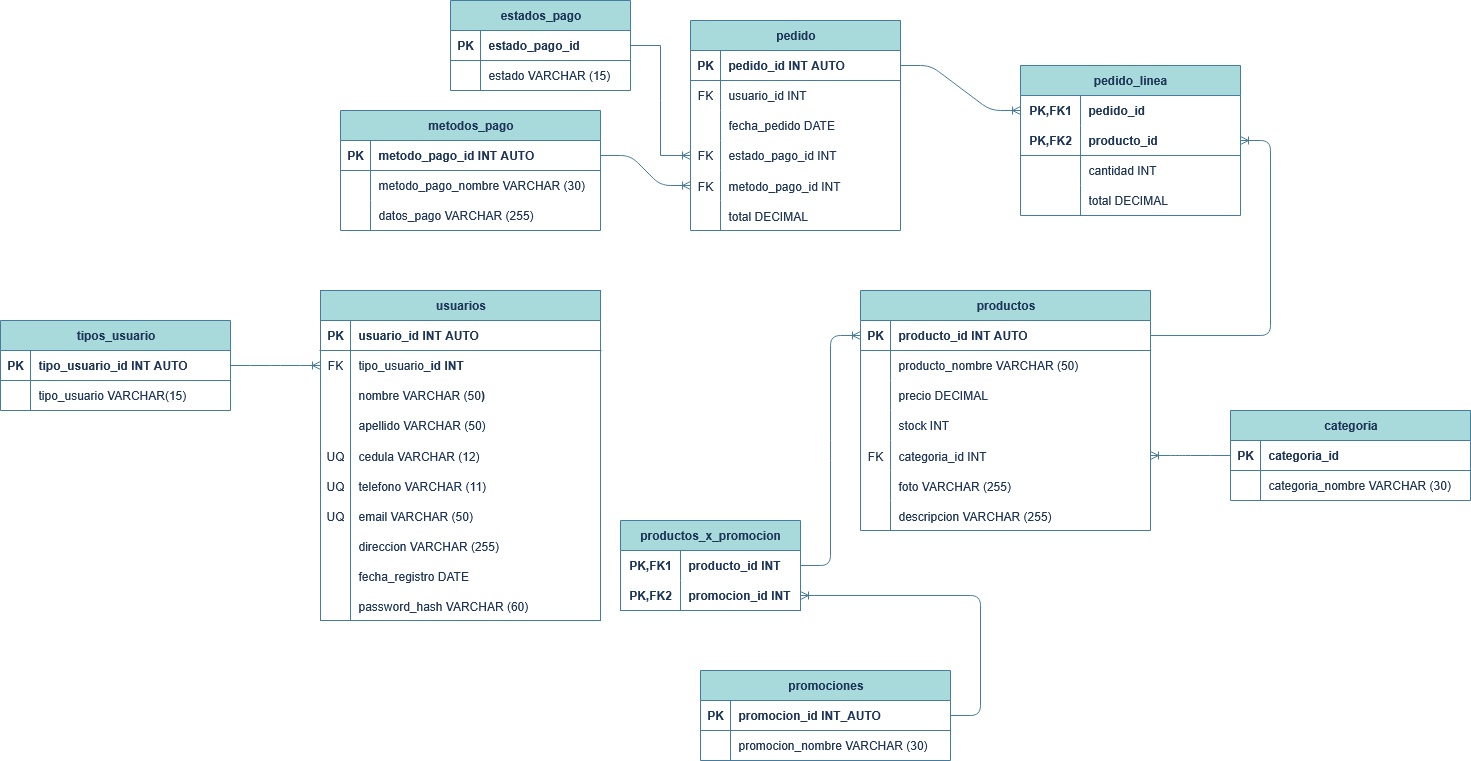
GarWox/adiemi keeps this draw.io diagram as database/Adiemi.png. Above is the earlier version. Source tidied: cells renumbered, new cells last; positions are measured from the earlier drawing's top-left corner, leaving out a move shared by most shapes.
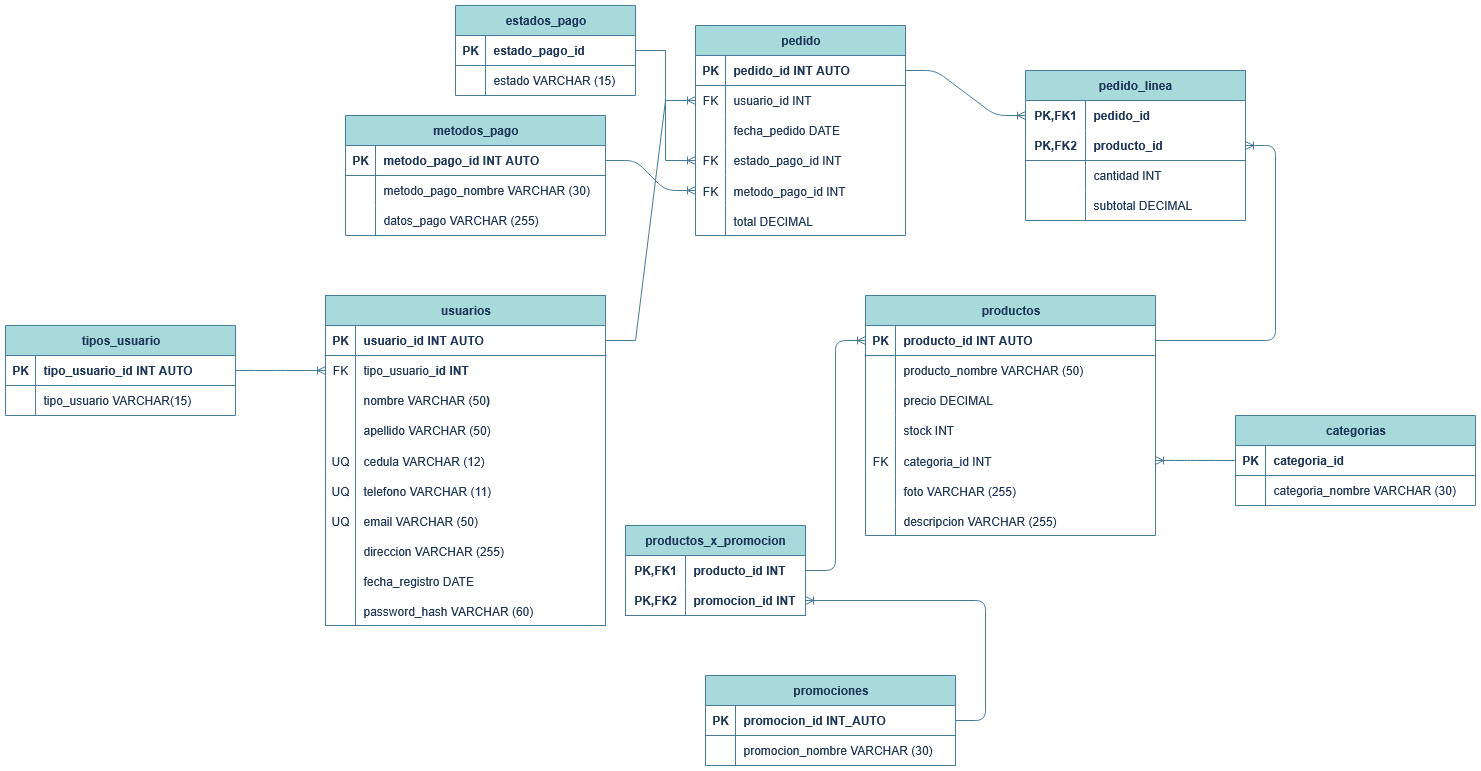
Later version of the same file.

What changed in the source:
```diff
@@ -324,7 +324,7 @@
     <mxCell id="106" value="descripcion VARCHAR (255)" style="shape=partialRectangle;fillColor=none;top=0;left=0;bottom=0;right=0;align=left;spacingLeft=6;overflow=hidden;fontStyle=0;labelBackgroundColor=none;strokeColor=#457B9D;fontColor=#1D3557;" parent="104" vertex="1">
       <mxGeometry x="30" width="260" height="30" as="geometry" />
     </mxCell>
-    <mxCell id="107" value="categoria" style="shape=table;startSize=30;rowLines=0;fontStyle=1;align=center;html=1;labelBackgroundColor=none;fillColor=#A8DADC;strokeColor=#457B9D;fontColor=#1D3557;" parent="1" vertex="1">
+    <mxCell id="107" value="categorias" style="shape=table;startSize=30;rowLines=0;fontStyle=1;align=center;html=1;labelBackgroundColor=none;fillColor=#A8DADC;strokeColor=#457B9D;fontColor=#1D3557;" parent="1" vertex="1">
       <mxGeometry x="1230" y="410" width="240" height="90" as="geometry" />
     </mxCell>
     <mxCell id="108" style="shape=tableRow;horizontal=0;startSize=0;swimlaneHead=0;swimlaneBody=0;fillColor=none;points=[[0,0.5],[1,0.5]];portConstraint=eastwest;top=0;left=0;right=0;bottom=1;fontStyle=0;labelBackgroundColor=none;strokeColor=#457B9D;fontColor=#1D3557;" parent="107" vertex="1">
@@ -392,7 +392,7 @@
     <mxCell id="127" style="shape=partialRectangle;fillColor=none;top=0;left=0;bottom=0;right=0;overflow=hidden;html=1;whiteSpace=wrap;fontStyle=0;labelBackgroundColor=none;strokeColor=#457B9D;fontColor=#1D3557;" parent="126" vertex="1">
       <mxGeometry width="60" height="30" as="geometry" />
     </mxCell>
-    <mxCell id="128" value="total DECIMAL" style="shape=partialRectangle;fillColor=none;top=0;left=0;bottom=0;right=0;align=left;spacingLeft=6;overflow=hidden;html=1;whiteSpace=wrap;fontStyle=0;labelBackgroundColor=none;strokeColor=#457B9D;fontColor=#1D3557;" parent="126" vertex="1">
+    <mxCell id="128" value="subtotal DECIMAL" style="shape=partialRectangle;fillColor=none;top=0;left=0;bottom=0;right=0;align=left;spacingLeft=6;overflow=hidden;html=1;whiteSpace=wrap;fontStyle=0;labelBackgroundColor=none;strokeColor=#457B9D;fontColor=#1D3557;" parent="126" vertex="1">
       <mxGeometry x="60" width="160" height="30" as="geometry" />
     </mxCell>
     <mxCell id="129" style="edgeStyle=entityRelationEdgeStyle;fontSize=12;html=1;endArrow=ERoneToMany;fontColor=default;entryX=0;entryY=0.5;entryDx=0;entryDy=0;exitX=1;exitY=0.5;exitDx=0;exitDy=0;labelBackgroundColor=none;strokeColor=#457B9D;" parent="1" edge="1" source="56" target="117">
@@ -428,5 +428,12 @@
     <mxCell id="139" style="edgeStyle=entityRelationEdgeStyle;fontSize=12;html=1;endArrow=ERoneToMany;rounded=0;exitX=1;exitY=0.5;exitDx=0;exitDy=0;labelBackgroundColor=none;fontColor=default;strokeColor=#457B9D;" parent="1" edge="1" source="133" target="65">
       <mxGeometry relative="1" as="geometry" />
     </mxCell>
+    <mxCell id="140" style="edgeStyle=entityRelationEdgeStyle;fontSize=12;html=1;endArrow=ERoneToMany;rounded=0;strokeColor=#457B9D;fontColor=#1D3557;fillColor=#A8DADC;exitX=1;exitY=0.5;exitDx=0;exitDy=0;" parent="1" edge="1" source="3" target="59">
+      <mxGeometry relative="1" as="geometry">
+        <Array as="points">
+          <mxPoint x="700" y="320" />
+        </Array>
+      </mxGeometry>
+    </mxCell>
   </root>
 </mxGraphModel>
```
